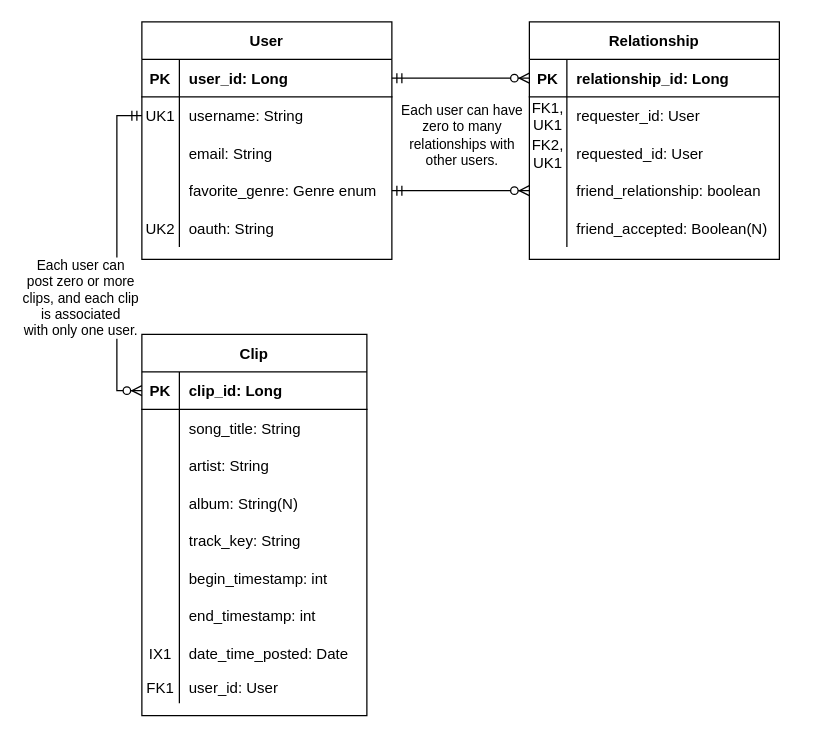
Earlier version of the draw.io diagram docs/work/erd.drawio (tunefull/tunefull.github.io). Source tidied: cells renumbered, new cells numbered last; positions are measured from the earlier drawing's top-left corner, leaving out a move shared by most shapes. Both pictures are drawn from the tidied source at 125%, with x=0, y=0 at pixel (141, 21).
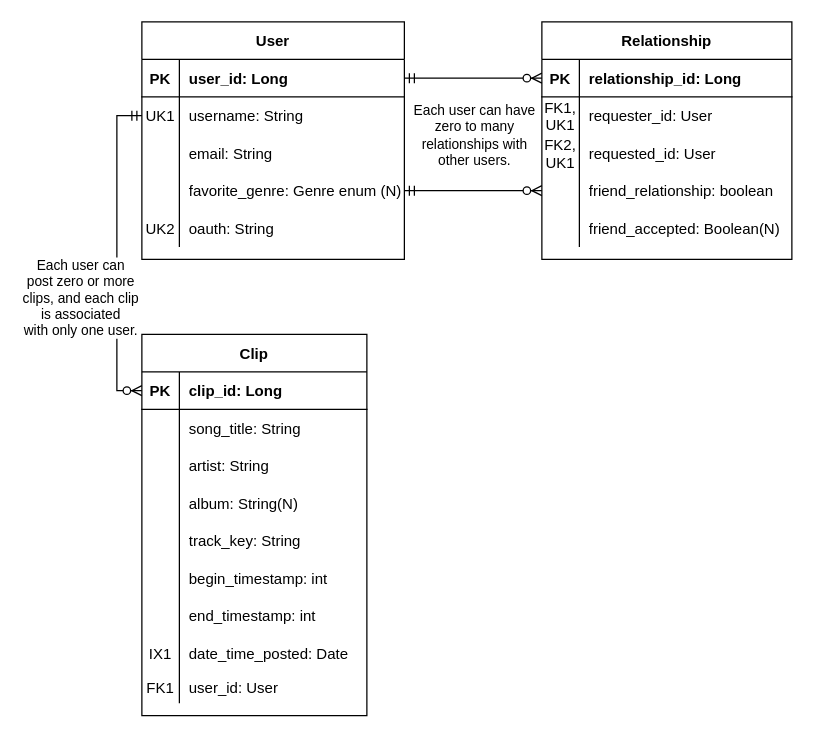
The same diagram, later.

Commit message (it also covers changes not shown here):
Updated endpoints and ERD.

Change to the diagram source:
```diff
@@
     <mxCell id="7" value="User" style="shape=table;startSize=30;childLayout=tableLayout;rowLines=0;fontStyle=1;align=center;" parent="1" vertex="1">
-      <mxGeometry width="200" height="190" as="geometry" />
+      <mxGeometry width="210" height="190" as="geometry" />
     </mxCell>
     <mxCell id="8" style="shape=partialRectangle;fillColor=none;top=0;left=0;bottom=1;right=0;points=[[0,0.5],[1,0.5]];portConstraint=eastwest;" parent="7" vertex="1">
-      <mxGeometry y="30" width="200" height="30" as="geometry" />
+      <mxGeometry y="30" width="210" height="30" as="geometry" />
     </mxCell>
@@
     <mxCell id="10" value="user_id: Long" style="shape=partialRectangle;fillColor=none;top=0;left=0;bottom=0;right=0;align=left;spacingLeft=6;fontStyle=1;overflow=hidden;" parent="8" vertex="1">
-      <mxGeometry x="30" width="170" height="30" as="geometry" />
+      <mxGeometry x="30" width="180" height="30" as="geometry" />
     </mxCell>
     <mxCell id="11" style="shape=partialRectangle;fillColor=none;top=0;left=0;bottom=0;right=0;points=[[0,0.5],[1,0.5]];portConstraint=eastwest;" parent="7" vertex="1">
-      <mxGeometry y="60" width="200" height="30" as="geometry" />
+      <mxGeometry y="60" width="210" height="30" as="geometry" />
     </mxCell>
@@
     <mxCell id="13" value="username: String" style="shape=partialRectangle;fillColor=none;top=0;left=0;bottom=0;right=0;align=left;spacingLeft=6;overflow=hidden;" parent="11" vertex="1">
-      <mxGeometry x="30" width="170" height="30" as="geometry" />
+      <mxGeometry x="30" width="180" height="30" as="geometry" />
     </mxCell>
     <mxCell id="14" style="shape=partialRectangle;fillColor=none;top=0;left=0;bottom=0;right=0;" parent="7" vertex="1">
-      <mxGeometry y="90" width="200" height="30" as="geometry" />
+      <mxGeometry y="90" width="210" height="30" as="geometry" />
     </mxCell>
@@
     <mxCell id="16" value="email: String" style="shape=partialRectangle;fillColor=none;top=0;left=0;bottom=0;right=0;align=left;spacingLeft=6;overflow=hidden;" parent="14" vertex="1">
-      <mxGeometry x="30" width="170" height="30" as="geometry" />
+      <mxGeometry x="30" width="180" height="30" as="geometry" />
     </mxCell>
     <mxCell id="17" style="shape=partialRectangle;fillColor=none;top=0;left=0;bottom=0;right=0;points=[[0,0.5],[1,0.5]];portConstraint=eastwest;" parent="7" vertex="1">
-      <mxGeometry y="120" width="200" height="30" as="geometry" />
+      <mxGeometry y="120" width="210" height="30" as="geometry" />
     </mxCell>
@@
-    <mxCell id="19" value="favorite_genre: Genre enum" style="shape=partialRectangle;fillColor=none;top=0;left=0;bottom=0;right=0;align=left;spacingLeft=6;overflow=hidden;" parent="17" vertex="1">
-      <mxGeometry x="30" width="170" height="30" as="geometry" />
+    <mxCell id="19" value="favorite_genre: Genre enum (N)" style="shape=partialRectangle;fillColor=none;top=0;left=0;bottom=0;right=0;align=left;spacingLeft=6;overflow=hidden;" parent="17" vertex="1">
+      <mxGeometry x="30" width="180" height="30" as="geometry" />
     </mxCell>
     <mxCell id="20" style="shape=partialRectangle;fillColor=none;top=0;left=0;bottom=0;right=0;" parent="7" vertex="1">
-      <mxGeometry y="150" width="200" height="30" as="geometry" />
+      <mxGeometry y="150" width="210" height="30" as="geometry" />
     </mxCell>
@@
     <mxCell id="22" value="oauth: String" style="shape=partialRectangle;fillColor=none;top=0;left=0;bottom=0;right=0;align=left;spacingLeft=6;overflow=hidden;" parent="20" vertex="1">
-      <mxGeometry x="30" width="170" height="30" as="geometry" />
+      <mxGeometry x="30" width="180" height="30" as="geometry" />
     </mxCell>
     <mxCell id="23" value="Relationship" style="shape=table;startSize=30;childLayout=tableLayout;rowLines=0;fontStyle=1;align=center;" parent="1" vertex="1">
-      <mxGeometry x="310" width="200" height="190" as="geometry" />
+      <mxGeometry x="320" width="200" height="190" as="geometry" />
     </mxCell>
```
